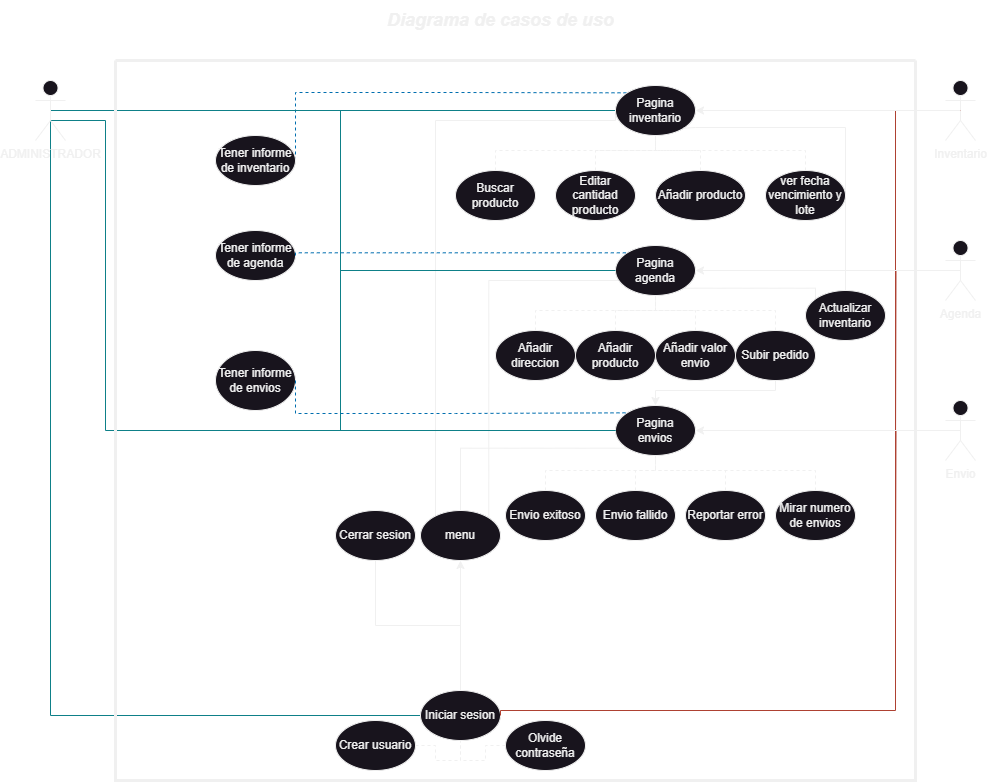
Exhelsior/pagina_proyecto keeps this draw.io diagram as casos de uso.png. Above is the earlier version. Source tidied: cells renumbered, new cells last; positions are measured from the earlier drawing's top-left corner, leaving out a move shared by most shapes.
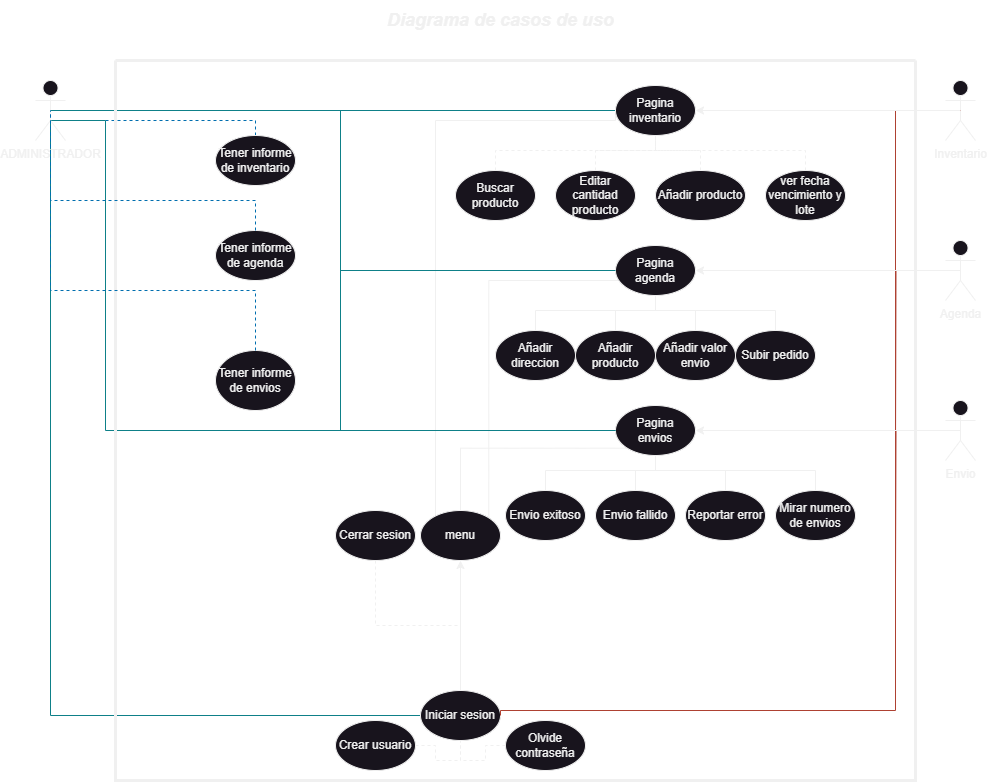
After the commit.

Commit message:
edicion casos de uso

What changed in the source:
```diff
@@ -35,21 +35,14 @@
     <mxCell id="7" value="Pagina &lt;br&gt;envios" style="ellipse;whiteSpace=wrap;html=1;" parent="1" vertex="1">
       <mxGeometry x="580" y="405" width="80" height="50" as="geometry" />
     </mxCell>
-    <mxCell id="8" style="edgeStyle=orthogonalEdgeStyle;rounded=0;jettySize=auto;html=1;exitX=1;exitY=1;exitDx=0;exitDy=0;entryX=0;entryY=0.5;entryDx=0;entryDy=0;endArrow=none;endFill=0;" parent="1" edge="1" source="9" target="56">
-      <mxGeometry relative="1" as="geometry">
-        <Array as="points">
-          <mxPoint x="780" y="288" />
-        </Array>
-      </mxGeometry>
-    </mxCell>
     <mxCell id="9" value="Pagina agenda" style="ellipse;whiteSpace=wrap;html=1;" parent="1" vertex="1">
       <mxGeometry x="580" y="245" width="80" height="50" as="geometry" />
     </mxCell>
-    <mxCell id="10" style="edgeStyle=orthogonalEdgeStyle;rounded=0;jettySize=auto;html=1;exitX=1;exitY=0.5;exitDx=0;exitDy=0;entryX=0;entryY=0;entryDx=0;entryDy=0;fillColor=#1ba1e2;strokeColor=#006EAF;endArrow=none;endFill=0;dashed=1;" parent="1" edge="1" source="60" target="32">
+    <mxCell id="10" style="edgeStyle=orthogonalEdgeStyle;rounded=0;jettySize=auto;html=1;exitX=0.5;exitY=0;exitDx=0;exitDy=0;entryX=0.5;entryY=0.5;entryDx=0;entryDy=0;fillColor=#1ba1e2;strokeColor=#006EAF;endArrow=none;endFill=0;entryPerimeter=0;dashed=1;" parent="1" edge="1" source="60" target="19">
       <mxGeometry relative="1" as="geometry">
         <Array as="points">
-          <mxPoint x="260" y="92" />
-          <mxPoint x="420" y="92" />
+          <mxPoint x="220" y="120" />
+          <mxPoint x="15" y="120" />
         </Array>
       </mxGeometry>
     </mxCell>
@@ -153,7 +146,7 @@
     <mxCell id="32" value="Pagina inventario" style="ellipse;whiteSpace=wrap;html=1;" parent="1" vertex="1">
       <mxGeometry x="580" y="85" width="80" height="50" as="geometry" />
     </mxCell>
-    <mxCell id="33" style="edgeStyle=orthogonalEdgeStyle;rounded=0;jettySize=auto;html=1;exitX=0.5;exitY=0;exitDx=0;exitDy=0;entryX=0.5;entryY=1;entryDx=0;entryDy=0;endArrow=none;endFill=0;dashed=1;" parent="1" edge="1" source="34" target="9">
+    <mxCell id="33" style="edgeStyle=orthogonalEdgeStyle;rounded=0;jettySize=auto;html=1;exitX=0.5;exitY=0;exitDx=0;exitDy=0;entryX=0.5;entryY=1;entryDx=0;entryDy=0;endArrow=none;endFill=0;" parent="1" edge="1" source="34" target="9">
       <mxGeometry relative="1" as="geometry">
         <Array as="points">
           <mxPoint x="500" y="310" />
@@ -164,7 +157,7 @@
     <mxCell id="34" value="Añadir direccion" style="ellipse;whiteSpace=wrap;html=1;" parent="1" vertex="1">
       <mxGeometry x="460" y="330" width="80" height="50" as="geometry" />
     </mxCell>
-    <mxCell id="35" style="edgeStyle=orthogonalEdgeStyle;rounded=0;jettySize=auto;html=1;exitX=0.5;exitY=0;exitDx=0;exitDy=0;entryX=0.5;entryY=1;entryDx=0;entryDy=0;endArrow=none;endFill=0;dashed=1;" parent="1" edge="1" source="36" target="9">
+    <mxCell id="35" style="edgeStyle=orthogonalEdgeStyle;rounded=0;jettySize=auto;html=1;exitX=0.5;exitY=0;exitDx=0;exitDy=0;entryX=0.5;entryY=1;entryDx=0;entryDy=0;endArrow=none;endFill=0;" parent="1" edge="1" source="36" target="9">
       <mxGeometry relative="1" as="geometry">
         <Array as="points">
           <mxPoint x="580" y="310" />
@@ -175,7 +168,7 @@
     <mxCell id="36" value="Añadir producto" style="ellipse;whiteSpace=wrap;html=1;" parent="1" vertex="1">
       <mxGeometry x="540" y="330" width="80" height="50" as="geometry" />
     </mxCell>
-    <mxCell id="37" style="edgeStyle=orthogonalEdgeStyle;rounded=0;jettySize=auto;html=1;exitX=0.5;exitY=0;exitDx=0;exitDy=0;entryX=0.5;entryY=1;entryDx=0;entryDy=0;endArrow=none;endFill=0;dashed=1;" parent="1" edge="1" source="38" target="9">
+    <mxCell id="37" style="edgeStyle=orthogonalEdgeStyle;rounded=0;jettySize=auto;html=1;exitX=0.5;exitY=0;exitDx=0;exitDy=0;entryX=0.5;entryY=1;entryDx=0;entryDy=0;endArrow=none;endFill=0;" parent="1" edge="1" source="38" target="9">
       <mxGeometry relative="1" as="geometry">
         <Array as="points">
           <mxPoint x="660" y="310" />
@@ -186,7 +179,7 @@
     <mxCell id="38" value="Añadir valor envio" style="ellipse;whiteSpace=wrap;html=1;" parent="1" vertex="1">
       <mxGeometry x="620" y="330" width="80" height="50" as="geometry" />
     </mxCell>
-    <mxCell id="39" style="edgeStyle=orthogonalEdgeStyle;rounded=0;jettySize=auto;html=1;exitX=0.5;exitY=0;exitDx=0;exitDy=0;entryX=0.5;entryY=1;entryDx=0;entryDy=0;endArrow=none;endFill=0;dashed=1;" parent="1" edge="1" source="41" target="9">
+    <mxCell id="39" style="edgeStyle=orthogonalEdgeStyle;rounded=0;jettySize=auto;html=1;exitX=0.5;exitY=0;exitDx=0;exitDy=0;entryX=0.5;entryY=1;entryDx=0;entryDy=0;endArrow=none;endFill=0;" parent="1" edge="1" source="41" target="9">
       <mxGeometry relative="1" as="geometry">
         <Array as="points">
           <mxPoint x="740" y="310" />
@@ -194,26 +187,10 @@
         </Array>
       </mxGeometry>
     </mxCell>
-    <mxCell id="40" style="edgeStyle=orthogonalEdgeStyle;rounded=0;jettySize=auto;html=1;exitX=0.5;exitY=1;exitDx=0;exitDy=0;entryX=0.5;entryY=0;entryDx=0;entryDy=0;" parent="1" edge="1" source="41" target="7">
-      <mxGeometry relative="1" as="geometry">
-        <Array as="points">
-          <mxPoint x="740" y="390" />
-          <mxPoint x="620" y="390" />
-        </Array>
-      </mxGeometry>
-    </mxCell>
     <mxCell id="41" value="Subir pedido" style="ellipse;whiteSpace=wrap;html=1;" parent="1" vertex="1">
       <mxGeometry x="700" y="330" width="80" height="50" as="geometry" />
     </mxCell>
-    <mxCell id="42" style="edgeStyle=orthogonalEdgeStyle;rounded=0;jettySize=auto;html=1;exitX=0.5;exitY=0;exitDx=0;exitDy=0;entryX=1;entryY=1;entryDx=0;entryDy=0;endArrow=none;endFill=0;" parent="1" edge="1" source="56" target="32">
-      <mxGeometry relative="1" as="geometry">
-        <Array as="points">
-          <mxPoint x="810" y="127" />
-          <mxPoint x="660" y="127" />
-        </Array>
-      </mxGeometry>
-    </mxCell>
-    <mxCell id="43" style="edgeStyle=orthogonalEdgeStyle;rounded=0;jettySize=auto;html=1;exitX=0.5;exitY=0;exitDx=0;exitDy=0;entryX=0.5;entryY=1;entryDx=0;entryDy=0;endArrow=none;endFill=0;dashed=1;" parent="1" edge="1" source="52" target="7">
+    <mxCell id="43" style="edgeStyle=orthogonalEdgeStyle;rounded=0;jettySize=auto;html=1;exitX=0.5;exitY=0;exitDx=0;exitDy=0;entryX=0.5;entryY=1;entryDx=0;entryDy=0;endArrow=none;endFill=0;" parent="1" edge="1" source="52" target="7">
       <mxGeometry relative="1" as="geometry">
         <Array as="points">
           <mxPoint x="510" y="470" />
@@ -221,10 +198,10 @@
         </Array>
       </mxGeometry>
     </mxCell>
-    <mxCell id="44" style="edgeStyle=orthogonalEdgeStyle;rounded=0;jettySize=auto;html=1;exitX=0.5;exitY=0;exitDx=0;exitDy=0;entryX=0.5;entryY=1;entryDx=0;entryDy=0;endArrow=none;endFill=0;dashed=1;" parent="1" edge="1" source="53" target="7">
+    <mxCell id="44" style="edgeStyle=orthogonalEdgeStyle;rounded=0;jettySize=auto;html=1;exitX=0.5;exitY=0;exitDx=0;exitDy=0;entryX=0.5;entryY=1;entryDx=0;entryDy=0;endArrow=none;endFill=0;" parent="1" edge="1" source="53" target="7">
       <mxGeometry relative="1" as="geometry" />
     </mxCell>
-    <mxCell id="45" style="edgeStyle=orthogonalEdgeStyle;rounded=0;jettySize=auto;html=1;exitX=0.5;exitY=0;exitDx=0;exitDy=0;entryX=0.5;entryY=1;entryDx=0;entryDy=0;endArrow=none;endFill=0;dashed=1;" parent="1" edge="1" source="54" target="7">
+    <mxCell id="45" style="edgeStyle=orthogonalEdgeStyle;rounded=0;jettySize=auto;html=1;exitX=0.5;exitY=0;exitDx=0;exitDy=0;entryX=0.5;entryY=1;entryDx=0;entryDy=0;endArrow=none;endFill=0;" parent="1" edge="1" source="54" target="7">
       <mxGeometry relative="1" as="geometry">
         <Array as="points">
           <mxPoint x="690" y="470" />
@@ -232,7 +209,7 @@
         </Array>
       </mxGeometry>
     </mxCell>
-    <mxCell id="46" style="edgeStyle=orthogonalEdgeStyle;rounded=0;jettySize=auto;html=1;exitX=0.5;exitY=1;exitDx=0;exitDy=0;entryX=0.5;entryY=0;entryDx=0;entryDy=0;endArrow=none;endFill=0;" parent="1" edge="1" source="47" target="21">
+    <mxCell id="46" style="edgeStyle=orthogonalEdgeStyle;rounded=0;jettySize=auto;html=1;exitX=0.5;exitY=1;exitDx=0;exitDy=0;entryX=0.5;entryY=0;entryDx=0;entryDy=0;endArrow=none;endFill=0;dashed=1;" parent="1" edge="1" source="47" target="21">
       <mxGeometry relative="1" as="geometry" />
     </mxCell>
     <mxCell id="47" value="Cerrar sesion" style="ellipse;whiteSpace=wrap;html=1;" parent="1" vertex="1">
@@ -262,9 +239,6 @@
     <mxCell id="55" value="Mirar numero de envios" style="ellipse;whiteSpace=wrap;html=1;" parent="51" vertex="1">
       <mxGeometry x="660" y="430" width="80" height="50" as="geometry" />
     </mxCell>
-    <mxCell id="56" value="Actualizar inventario" style="ellipse;whiteSpace=wrap;html=1;" parent="51" vertex="1">
-      <mxGeometry x="690" y="230" width="80" height="50" as="geometry" />
-    </mxCell>
     <mxCell id="57" value="Buscar producto" style="ellipse;whiteSpace=wrap;html=1;" parent="51" vertex="1">
       <mxGeometry x="340" y="110" width="80" height="50" as="geometry" />
     </mxCell>
@@ -286,7 +260,7 @@
     <mxCell id="63" value="ver fecha vencimiento y lote" style="ellipse;whiteSpace=wrap;html=1;" parent="51" vertex="1">
       <mxGeometry x="650" y="110" width="80" height="50" as="geometry" />
     </mxCell>
-    <mxCell id="64" style="edgeStyle=orthogonalEdgeStyle;rounded=0;jettySize=auto;html=1;exitX=0.5;exitY=0;exitDx=0;exitDy=0;entryX=0.5;entryY=1;entryDx=0;entryDy=0;dashed=1;endArrow=none;endFill=0;" parent="1" edge="1" source="55" target="7">
+    <mxCell id="64" style="edgeStyle=orthogonalEdgeStyle;rounded=0;jettySize=auto;html=1;exitX=0.5;exitY=0;exitDx=0;exitDy=0;entryX=0.5;entryY=1;entryDx=0;entryDy=0;endArrow=none;endFill=0;" parent="1" edge="1" source="55" target="7">
       <mxGeometry relative="1" as="geometry">
         <Array as="points">
           <mxPoint x="780" y="470" />
@@ -294,21 +268,6 @@
         </Array>
       </mxGeometry>
     </mxCell>
-    <mxCell id="65" style="edgeStyle=orthogonalEdgeStyle;rounded=0;jettySize=auto;html=1;exitX=1;exitY=0.5;exitDx=0;exitDy=0;entryX=0;entryY=0;entryDx=0;entryDy=0;fillColor=#1ba1e2;strokeColor=#006EAF;endArrow=none;endFill=0;dashed=1;" parent="1" edge="1" source="61" target="9">
-      <mxGeometry relative="1" as="geometry">
-        <Array as="points">
-          <mxPoint x="260" y="252" />
-        </Array>
-      </mxGeometry>
-    </mxCell>
-    <mxCell id="66" style="edgeStyle=orthogonalEdgeStyle;rounded=0;jettySize=auto;html=1;exitX=1;exitY=0.5;exitDx=0;exitDy=0;entryX=0;entryY=0;entryDx=0;entryDy=0;fillColor=#1ba1e2;strokeColor=#006EAF;dashed=1;endArrow=none;endFill=0;" parent="1" edge="1" source="62" target="7">
-      <mxGeometry relative="1" as="geometry">
-        <Array as="points">
-          <mxPoint x="260" y="413" />
-          <mxPoint x="420" y="413" />
-        </Array>
-      </mxGeometry>
-    </mxCell>
     <mxCell id="67" style="edgeStyle=orthogonalEdgeStyle;rounded=0;jettySize=auto;html=1;exitX=0.5;exitY=0;exitDx=0;exitDy=0;entryX=0.5;entryY=1;entryDx=0;entryDy=0;endArrow=none;endFill=0;dashed=1;" parent="1" edge="1" source="63" target="32">
       <mxGeometry relative="1" as="geometry">
         <Array as="points">
@@ -317,5 +276,21 @@
         </Array>
       </mxGeometry>
     </mxCell>
+    <mxCell id="68" style="edgeStyle=orthogonalEdgeStyle;rounded=0;jettySize=auto;html=1;exitX=0.5;exitY=0;exitDx=0;exitDy=0;entryX=0.5;entryY=0.5;entryDx=0;entryDy=0;entryPerimeter=0;fillColor=#1ba1e2;strokeColor=#006EAF;endArrow=none;endFill=0;dashed=1;" parent="1" edge="1" source="61" target="19">
+      <mxGeometry relative="1" as="geometry">
+        <Array as="points">
+          <mxPoint x="220" y="200" />
+          <mxPoint x="15" y="200" />
+        </Array>
+      </mxGeometry>
+    </mxCell>
+    <mxCell id="69" style="edgeStyle=orthogonalEdgeStyle;rounded=0;jettySize=auto;html=1;exitX=0.5;exitY=0;exitDx=0;exitDy=0;entryX=0.5;entryY=0.5;entryDx=0;entryDy=0;entryPerimeter=0;fillColor=#1ba1e2;strokeColor=#006EAF;endArrow=none;endFill=0;dashed=1;" parent="1" edge="1" source="62" target="19">
+      <mxGeometry relative="1" as="geometry">
+        <Array as="points">
+          <mxPoint x="220" y="290" />
+          <mxPoint x="15" y="290" />
+        </Array>
+      </mxGeometry>
+    </mxCell>
   </root>
 </mxGraphModel>
```
